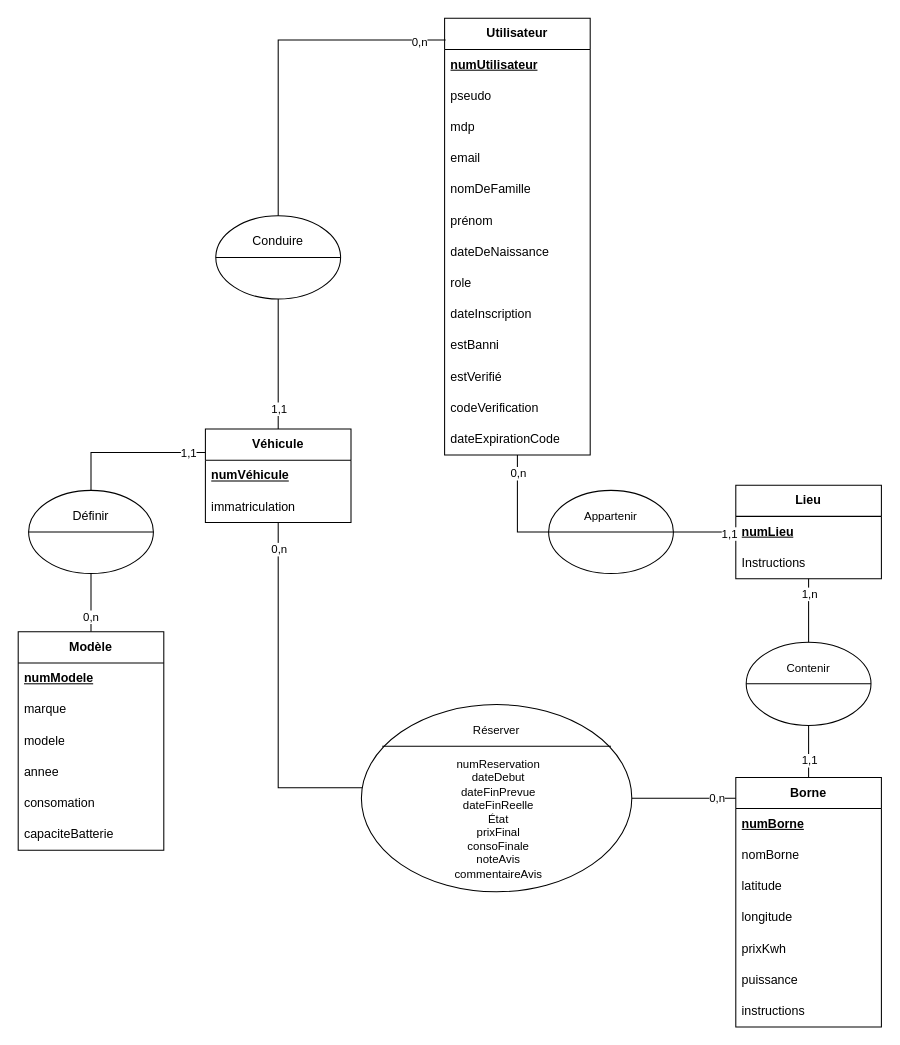
This is page "mcd" (1 of 3) of merise-electricity-business.drawio from LaiPe/electricity-business-back, a draw.io file, before an edit. Source tidied: cells renumbered, new cells numbered last; positions are measured from the earlier drawing's top-left corner, leaving out a move shared by most shapes. Both pictures are drawn from the tidied source at 104%, with x=0, y=0 at pixel (18, 18).
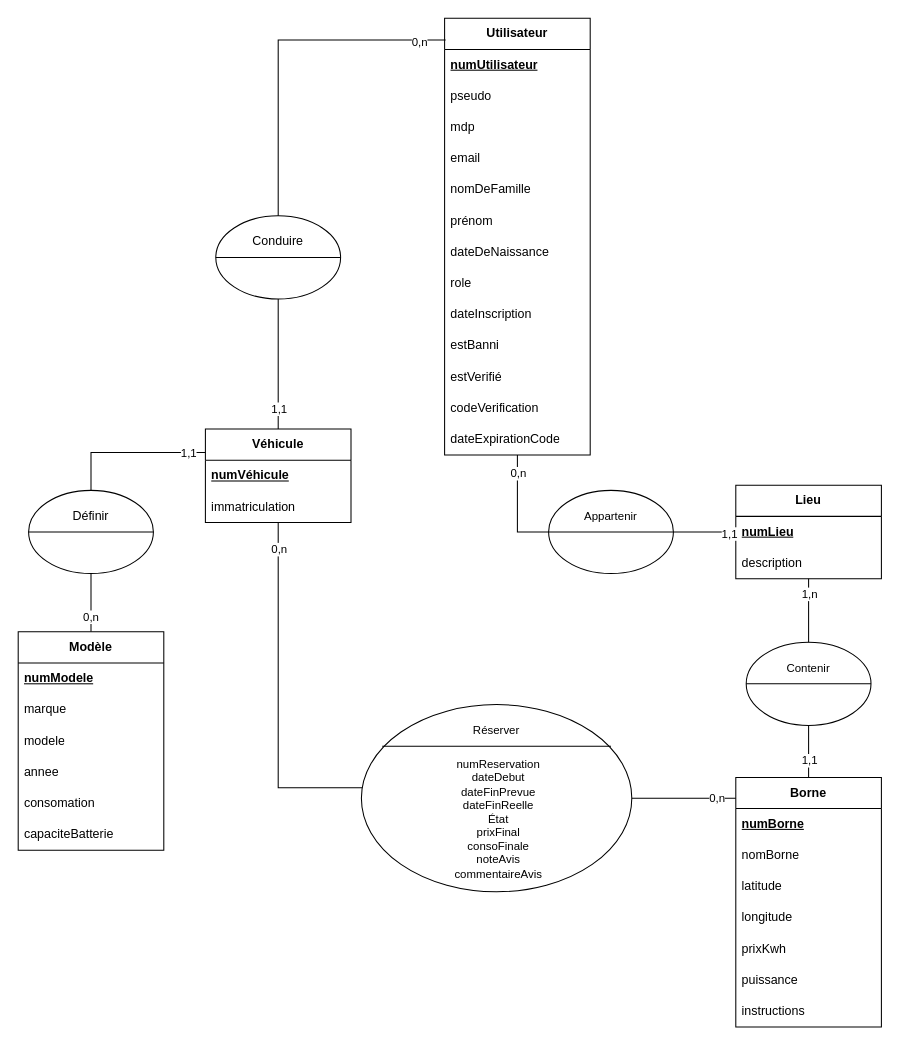
After the change.

Commit message (it also covers changes not shown here):
refactor: rename 'instructions' to 'description' in Place-related DTOs and entities

The change refers to these unchanged cells:
```xml
<mxCell id="26" value="&lt;b&gt;Lieu&lt;/b&gt;" style="swimlane;fontStyle=0;horizontal=1;startSize=30;whiteSpace=wrap;html=1;" parent="1" vertex="1">
  <mxGeometry x="690" y="449" width="140" height="90" as="geometry" />
</mxCell>
```

The edit, as a diff of the source:
```diff
@@
-    <mxCell id="28" value="Instructions" style="text;strokeColor=none;fillColor=none;align=left;verticalAlign=middle;spacingLeft=4;spacingRight=4;overflow=hidden;whiteSpace=wrap;html=1;" parent="26" vertex="1">
+    <mxCell id="28" value="description" style="text;strokeColor=none;fillColor=none;align=left;verticalAlign=middle;spacingLeft=4;spacingRight=4;overflow=hidden;whiteSpace=wrap;html=1;" parent="26" vertex="1">
       <mxGeometry y="60" width="140" height="30" as="geometry" />
     </mxCell>
```
